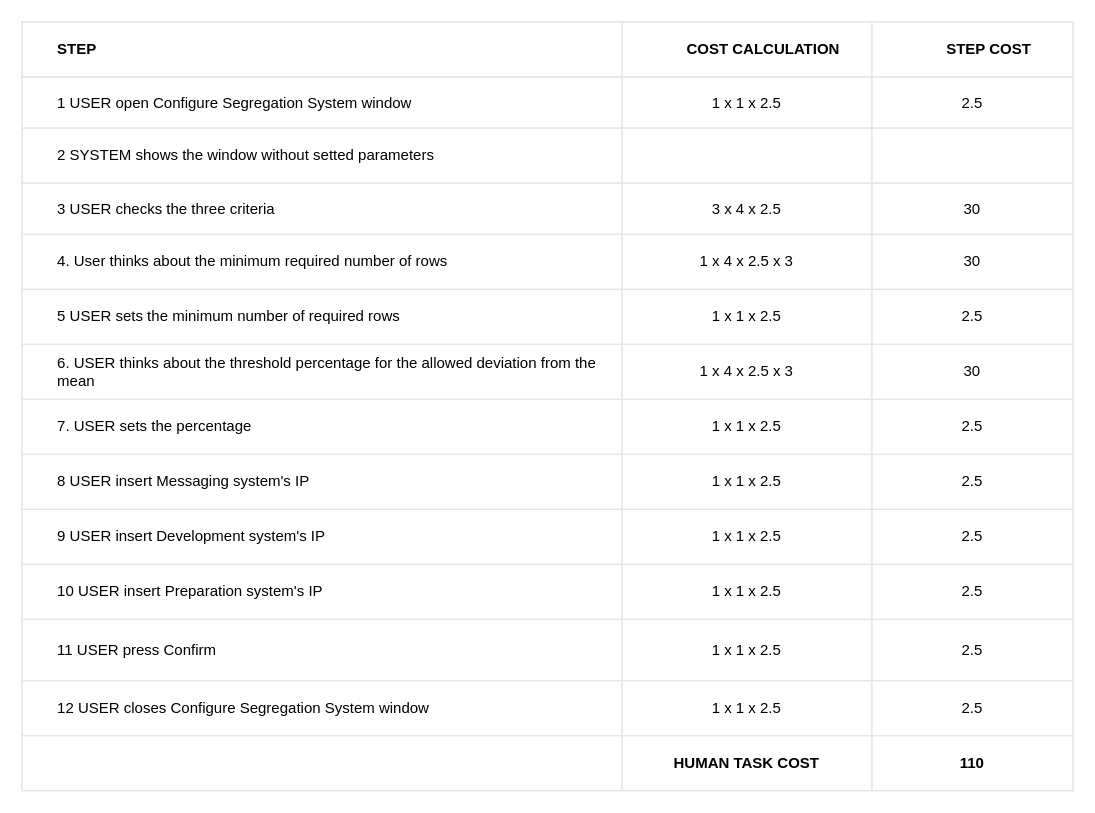
The draw.io diagram configure/segregation system (FEDE)/segregation_system_table.drawio in BaffoBello14/AutomaticDamagesRecognition, before the edit. Source tidied: cells renumbered, new cells numbered last; positions are measured from the earlier drawing's top-left corner, leaving out a move shared by most shapes. Both pictures are drawn from the tidied source at 125%, with x=0, y=0 at pixel (21, 21).
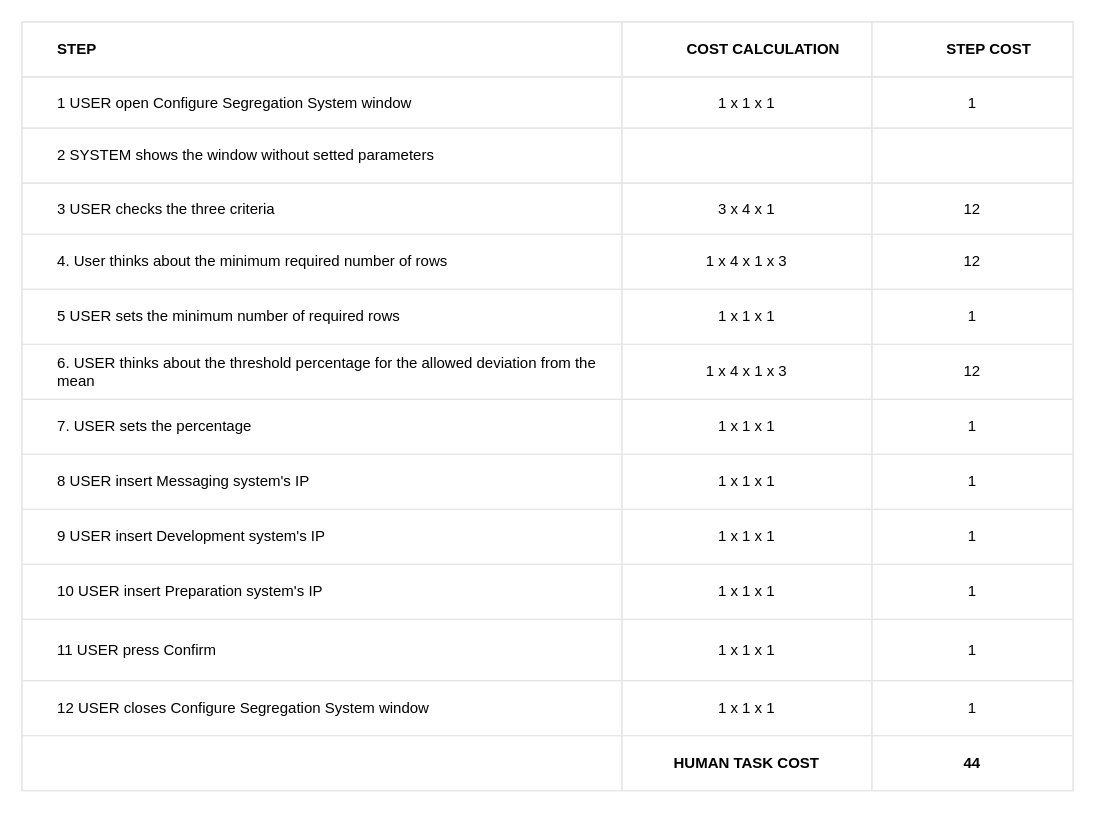
After the change.

Unchanged cells that the change refers to:
```xml
<mxCell id="7" style="shape=tableRow;horizontal=0;startSize=0;swimlaneHead=0;swimlaneBody=0;top=0;left=0;bottom=0;right=0;fontStyle=0;fillColor=none;strokeColor=inherit;align=center;" parent="2" vertex="1">
  <mxGeometry y="44" width="841" height="41" as="geometry" />
</mxCell>
<mxCell id="15" style="shape=tableRow;horizontal=0;startSize=0;swimlaneHead=0;swimlaneBody=0;top=0;left=0;bottom=0;right=0;fontStyle=0;fillColor=none;strokeColor=inherit;align=center;" parent="2" vertex="1">
  <mxGeometry y="129" width="841" height="41" as="geometry" />
</mxCell>
<mxCell id="19" style="shape=tableRow;horizontal=0;startSize=0;swimlaneHead=0;swimlaneBody=0;top=0;left=0;bottom=0;right=0;fontStyle=0;fillColor=none;strokeColor=inherit;align=center;" parent="2" vertex="1">
  <mxGeometry y="170" width="841" height="44" as="geometry" />
</mxCell>
<mxCell id="23" style="shape=tableRow;horizontal=0;startSize=0;swimlaneHead=0;swimlaneBody=0;top=0;left=0;bottom=0;right=0;fontStyle=0;fillColor=none;strokeColor=inherit;align=center;" parent="2" vertex="1">
  <mxGeometry y="214" width="841" height="44" as="geometry" />
</mxCell>
<mxCell id="27" style="shape=tableRow;horizontal=0;startSize=0;swimlaneHead=0;swimlaneBody=0;top=0;left=0;bottom=0;right=0;fontStyle=0;fillColor=none;strokeColor=inherit;align=center;" parent="2" vertex="1">
  <mxGeometry y="258" width="841" height="44" as="geometry" />
</mxCell>
<mxCell id="31" style="shape=tableRow;horizontal=0;startSize=0;swimlaneHead=0;swimlaneBody=0;top=0;left=0;bottom=0;right=0;fontStyle=0;fillColor=none;strokeColor=inherit;align=center;" parent="2" vertex="1">
  <mxGeometry y="302" width="841" height="44" as="geometry" />
</mxCell>
<mxCell id="35" style="shape=tableRow;horizontal=0;startSize=0;swimlaneHead=0;swimlaneBody=0;top=0;left=0;bottom=0;right=0;fontStyle=0;fillColor=none;strokeColor=inherit;align=center;" parent="2" vertex="1">
  <mxGeometry y="346" width="841" height="44" as="geometry" />
</mxCell>
<mxCell id="39" style="shape=tableRow;horizontal=0;startSize=0;swimlaneHead=0;swimlaneBody=0;top=0;left=0;bottom=0;right=0;fontStyle=0;fillColor=none;strokeColor=inherit;align=center;" parent="2" vertex="1">
  <mxGeometry y="390" width="841" height="44" as="geometry" />
</mxCell>
<mxCell id="43" style="shape=tableRow;horizontal=0;startSize=0;swimlaneHead=0;swimlaneBody=0;top=0;left=0;bottom=0;right=0;fontStyle=0;fillColor=none;strokeColor=inherit;align=center;" parent="2" vertex="1">
  <mxGeometry y="434" width="841" height="44" as="geometry" />
</mxCell>
<mxCell id="47" style="shape=tableRow;horizontal=0;startSize=0;swimlaneHead=0;swimlaneBody=0;top=0;left=0;bottom=0;right=0;fontStyle=0;fillColor=none;strokeColor=inherit;align=center;" parent="2" vertex="1">
  <mxGeometry y="478" width="841" height="49" as="geometry" />
</mxCell>
<mxCell id="51" style="shape=tableRow;horizontal=0;startSize=0;swimlaneHead=0;swimlaneBody=0;top=0;left=0;bottom=0;right=0;fontStyle=0;fillColor=none;strokeColor=inherit;align=center;" parent="2" vertex="1">
  <mxGeometry y="527" width="841" height="44" as="geometry" />
</mxCell>
<mxCell id="55" style="shape=tableRow;horizontal=0;startSize=0;swimlaneHead=0;swimlaneBody=0;top=0;left=0;bottom=0;right=0;fontStyle=0;fillColor=none;strokeColor=inherit;align=center;" parent="2" vertex="1">
  <mxGeometry y="571" width="841" height="44" as="geometry" />
</mxCell>
```

What changed in the source:
```diff
@@
-    <mxCell id="9" value="1 x 1 x 2.5" style="strokeColor=inherit;fillColor=none;align=center;whiteSpace=wrap;html=1;" parent="7" vertex="1">
+    <mxCell id="9" value="1 x 1 x 1" style="strokeColor=inherit;fillColor=none;align=center;whiteSpace=wrap;html=1;" parent="7" vertex="1">
       <mxGeometry x="480" width="200" height="41" as="geometry" />
     </mxCell>
-    <mxCell id="10" value="2.5" style="strokeColor=inherit;fillColor=none;align=center;whiteSpace=wrap;html=1;" parent="7" vertex="1">
+    <mxCell id="10" value="1" style="strokeColor=inherit;fillColor=none;align=center;whiteSpace=wrap;html=1;" parent="7" vertex="1">
       <mxGeometry x="680" width="161" height="41" as="geometry" />
     </mxCell>
@@
-    <mxCell id="17" value="3 x 4 x 2.5" style="strokeColor=inherit;fillColor=none;align=center;whiteSpace=wrap;html=1;" parent="15" vertex="1">
+    <mxCell id="17" value="3 x 4 x 1" style="strokeColor=inherit;fillColor=none;align=center;whiteSpace=wrap;html=1;" parent="15" vertex="1">
       <mxGeometry x="480" width="200" height="41" as="geometry" />
     </mxCell>
-    <mxCell id="18" value="30" style="strokeColor=inherit;fillColor=none;align=center;whiteSpace=wrap;html=1;" parent="15" vertex="1">
+    <mxCell id="18" value="12" style="strokeColor=inherit;fillColor=none;align=center;whiteSpace=wrap;html=1;" parent="15" vertex="1">
       <mxGeometry x="680" width="161" height="41" as="geometry" />
     </mxCell>
@@
-    <mxCell id="21" value="1 x 4 x 2.5 x 3" style="strokeColor=inherit;fillColor=none;align=center;whiteSpace=wrap;html=1;" parent="19" vertex="1">
+    <mxCell id="21" value="1 x 4 x 1 x 3" style="strokeColor=inherit;fillColor=none;align=center;whiteSpace=wrap;html=1;" parent="19" vertex="1">
       <mxGeometry x="480" width="200" height="44" as="geometry" />
     </mxCell>
-    <mxCell id="22" value="30" style="strokeColor=inherit;fillColor=none;align=center;whiteSpace=wrap;html=1;" parent="19" vertex="1">
+    <mxCell id="22" value="12" style="strokeColor=inherit;fillColor=none;align=center;whiteSpace=wrap;html=1;" parent="19" vertex="1">
       <mxGeometry x="680" width="161" height="44" as="geometry" />
     </mxCell>
@@
-    <mxCell id="25" value="1 x 1 x 2.5" style="strokeColor=inherit;fillColor=none;align=center;whiteSpace=wrap;html=1;" parent="23" vertex="1">
+    <mxCell id="25" value="1 x 1 x 1" style="strokeColor=inherit;fillColor=none;align=center;whiteSpace=wrap;html=1;" parent="23" vertex="1">
       <mxGeometry x="480" width="200" height="44" as="geometry" />
     </mxCell>
-    <mxCell id="26" value="2.5" style="strokeColor=inherit;fillColor=none;align=center;whiteSpace=wrap;html=1;" parent="23" vertex="1">
+    <mxCell id="26" value="1" style="strokeColor=inherit;fillColor=none;align=center;whiteSpace=wrap;html=1;" parent="23" vertex="1">
       <mxGeometry x="680" width="161" height="44" as="geometry" />
     </mxCell>
@@
-    <mxCell id="29" value="1 x 4 x 2.5 x 3" style="strokeColor=inherit;fillColor=none;align=center;whiteSpace=wrap;html=1;" parent="27" vertex="1">
+    <mxCell id="29" value="1 x 4 x 1 x 3" style="strokeColor=inherit;fillColor=none;align=center;whiteSpace=wrap;html=1;" parent="27" vertex="1">
       <mxGeometry x="480" width="200" height="44" as="geometry" />
     </mxCell>
-    <mxCell id="30" value="30" style="strokeColor=inherit;fillColor=none;align=center;whiteSpace=wrap;html=1;" parent="27" vertex="1">
+    <mxCell id="30" value="12" style="strokeColor=inherit;fillColor=none;align=center;whiteSpace=wrap;html=1;" parent="27" vertex="1">
       <mxGeometry x="680" width="161" height="44" as="geometry" />
     </mxCell>
@@
-    <mxCell id="33" value="1 x 1 x 2.5" style="strokeColor=inherit;fillColor=none;align=center;whiteSpace=wrap;html=1;" parent="31" vertex="1">
+    <mxCell id="33" value="1 x 1 x 1" style="strokeColor=inherit;fillColor=none;align=center;whiteSpace=wrap;html=1;" parent="31" vertex="1">
       <mxGeometry x="480" width="200" height="44" as="geometry" />
     </mxCell>
-    <mxCell id="34" value="2.5" style="strokeColor=inherit;fillColor=none;align=center;whiteSpace=wrap;html=1;" parent="31" vertex="1">
+    <mxCell id="34" value="1" style="strokeColor=inherit;fillColor=none;align=center;whiteSpace=wrap;html=1;" parent="31" vertex="1">
       <mxGeometry x="680" width="161" height="44" as="geometry" />
     </mxCell>
@@
-    <mxCell id="37" value="1 x 1 x 2.5" style="strokeColor=inherit;fillColor=none;align=center;whiteSpace=wrap;html=1;" parent="35" vertex="1">
+    <mxCell id="37" value="1 x 1 x 1" style="strokeColor=inherit;fillColor=none;align=center;whiteSpace=wrap;html=1;" parent="35" vertex="1">
       <mxGeometry x="480" width="200" height="44" as="geometry" />
     </mxCell>
-    <mxCell id="38" value="2.5" style="strokeColor=inherit;fillColor=none;align=center;whiteSpace=wrap;html=1;" parent="35" vertex="1">
+    <mxCell id="38" value="1" style="strokeColor=inherit;fillColor=none;align=center;whiteSpace=wrap;html=1;" parent="35" vertex="1">
       <mxGeometry x="680" width="161" height="44" as="geometry" />
     </mxCell>
@@
-    <mxCell id="41" value="1 x 1 x 2.5" style="strokeColor=inherit;fillColor=none;align=center;whiteSpace=wrap;html=1;" parent="39" vertex="1">
+    <mxCell id="41" value="1 x 1 x 1" style="strokeColor=inherit;fillColor=none;align=center;whiteSpace=wrap;html=1;" parent="39" vertex="1">
       <mxGeometry x="480" width="200" height="44" as="geometry" />
     </mxCell>
-    <mxCell id="42" value="2.5" style="strokeColor=inherit;fillColor=none;align=center;whiteSpace=wrap;html=1;" parent="39" vertex="1">
+    <mxCell id="42" value="1" style="strokeColor=inherit;fillColor=none;align=center;whiteSpace=wrap;html=1;" parent="39" vertex="1">
       <mxGeometry x="680" width="161" height="44" as="geometry" />
     </mxCell>
@@
-    <mxCell id="45" value="1 x 1 x 2.5" style="strokeColor=inherit;fillColor=none;align=center;whiteSpace=wrap;html=1;" parent="43" vertex="1">
+    <mxCell id="45" value="1 x 1 x 1" style="strokeColor=inherit;fillColor=none;align=center;whiteSpace=wrap;html=1;" parent="43" vertex="1">
       <mxGeometry x="480" width="200" height="44" as="geometry" />
     </mxCell>
-    <mxCell id="46" value="2.5" style="strokeColor=inherit;fillColor=none;align=center;whiteSpace=wrap;html=1;" parent="43" vertex="1">
+    <mxCell id="46" value="1" style="strokeColor=inherit;fillColor=none;align=center;whiteSpace=wrap;html=1;" parent="43" vertex="1">
       <mxGeometry x="680" width="161" height="44" as="geometry" />
     </mxCell>
@@
-    <mxCell id="49" value="1 x 1 x 2.5" style="strokeColor=inherit;fillColor=none;align=center;whiteSpace=wrap;html=1;" parent="47" vertex="1">
+    <mxCell id="49" value="1 x 1 x 1" style="strokeColor=inherit;fillColor=none;align=center;whiteSpace=wrap;html=1;" parent="47" vertex="1">
       <mxGeometry x="480" width="200" height="49" as="geometry" />
     </mxCell>
-    <mxCell id="50" value="2.5" style="strokeColor=inherit;fillColor=none;align=center;whiteSpace=wrap;html=1;" parent="47" vertex="1">
+    <mxCell id="50" value="1" style="strokeColor=inherit;fillColor=none;align=center;whiteSpace=wrap;html=1;" parent="47" vertex="1">
       <mxGeometry x="680" width="161" height="49" as="geometry" />
     </mxCell>
@@
-    <mxCell id="53" value="1 x 1 x 2.5" style="strokeColor=inherit;fillColor=none;align=center;whiteSpace=wrap;html=1;" parent="51" vertex="1">
+    <mxCell id="53" value="1 x 1 x 1" style="strokeColor=inherit;fillColor=none;align=center;whiteSpace=wrap;html=1;" parent="51" vertex="1">
       <mxGeometry x="480" width="200" height="44" as="geometry" />
     </mxCell>
-    <mxCell id="54" value="2.5" style="strokeColor=inherit;fillColor=none;align=center;whiteSpace=wrap;html=1;" parent="51" vertex="1">
+    <mxCell id="54" value="1" style="strokeColor=inherit;fillColor=none;align=center;whiteSpace=wrap;html=1;" parent="51" vertex="1">
       <mxGeometry x="680" width="161" height="44" as="geometry" />
     </mxCell>
@@
-    <mxCell id="58" value="110" style="strokeColor=inherit;fillColor=none;align=center;whiteSpace=wrap;html=1;fontStyle=1;" parent="55" vertex="1">
+    <mxCell id="58" value="44" style="strokeColor=inherit;fillColor=none;align=center;whiteSpace=wrap;html=1;fontStyle=1;" parent="55" vertex="1">
       <mxGeometry x="680" width="161" height="44" as="geometry" />
     </mxCell>
```
